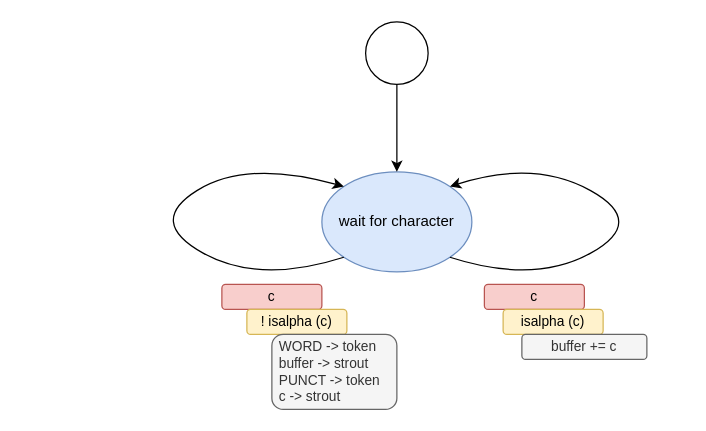
Earlier version of the draw.io diagram page "sm parser" (3 of 3) of coroutines.drawio (guitarvydas/coroutinesinc). Source tidied: cells renumbered, new cells numbered last; positions are measured from the earlier drawing's top-left corner, leaving out a move shared by most shapes. Both pictures are drawn from the tidied source at 125%, with x=0, y=0 at pixel (146, 21).
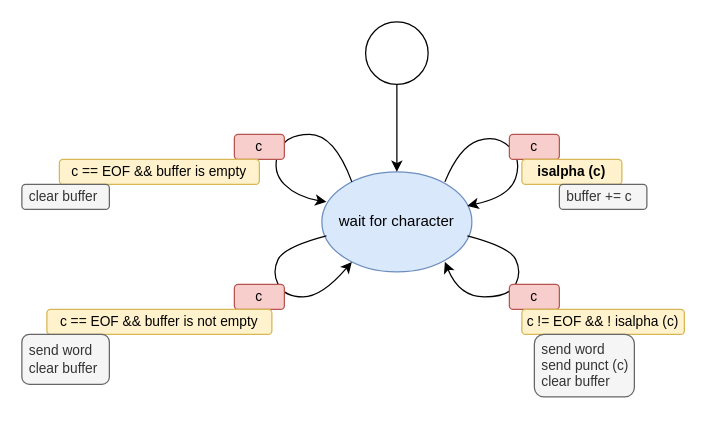
The same diagram, later.

Commit message (it also covers changes not shown here):
coroutines in C written in dw

The edit, as a diff of the source:
```diff
@@
-    <mxCell id="2" value="wait for character" style="ellipse;whiteSpace=wrap;html=1;fillColor=#dae8fc;strokeColor=#6c8ebf;" parent="1" vertex="1">
+    <mxCell id="2" value="wait for character" style="ellipse;whiteSpace=wrap;html=1;fillColor=#dae8fc;strokeColor=#6c8ebf;points=[[0.03,0.3,0,0,0],[0.03,0.64,0,0,0],[0.2,0.1,0,0,0],[0.2,0.9,0,0,0],[0.5,0,0,0,0],[0.5,1,0,0,0],[0.82,0.1,0,0,0],[0.82,0.9,0,0,0],[0.97,0.34,0,0,0],[0.97,0.64,0,0,0]];" parent="1" vertex="1">
       <mxGeometry x="140" y="120" width="120" height="80" as="geometry" />
     </mxCell>
@@
-    <mxCell id="5" style="edgeStyle=none;shape=connector;curved=1;rounded=1;orthogonalLoop=1;jettySize=auto;html=1;exitX=0;exitY=1;exitDx=0;exitDy=0;entryX=0;entryY=0;entryDx=0;entryDy=0;labelBackgroundColor=default;strokeColor=default;fontFamily=Helvetica;fontSize=11;fontColor=default;endArrow=classic;" parent="1" edge="1" source="2" target="2">
-      <mxGeometry relative="1" as="geometry">
-        <Array as="points">
-          <mxPoint x="90" y="210" />
-          <mxPoint y="160" />
-          <mxPoint x="80" y="110" />
-        </Array>
-      </mxGeometry>
-    </mxCell>
-    <mxCell id="6" style="edgeStyle=none;shape=connector;curved=1;rounded=1;orthogonalLoop=1;jettySize=auto;html=1;exitX=1;exitY=1;exitDx=0;exitDy=0;entryX=1;entryY=0;entryDx=0;entryDy=0;labelBackgroundColor=default;strokeColor=default;fontFamily=Helvetica;fontSize=11;fontColor=default;endArrow=classic;" parent="1" edge="1" source="2" target="2">
-      <mxGeometry relative="1" as="geometry">
-        <Array as="points">
-          <mxPoint x="310" y="210" />
-          <mxPoint x="400" y="160" />
-          <mxPoint x="310" y="110" />
-        </Array>
-      </mxGeometry>
-    </mxCell>
-    <mxCell id="7" parent="0" />
-    <mxCell id="8" value="c" style="rounded=1;whiteSpace=wrap;html=1;fontFamily=Helvetica;fontSize=11;fillColor=#f8cecc;strokeColor=#b85450;" parent="7" vertex="1">
-      <mxGeometry x="270" y="210" width="80" height="20" as="geometry" />
-    </mxCell>
-    <mxCell id="9" value="c" style="rounded=1;whiteSpace=wrap;html=1;fontFamily=Helvetica;fontSize=11;fillColor=#f8cecc;strokeColor=#b85450;" parent="7" vertex="1">
-      <mxGeometry x="60" y="210" width="80" height="20" as="geometry" />
-    </mxCell>
-    <mxCell id="10" parent="0" />
+    <mxCell id="16" parent="0" />
+    <mxCell id="17" style="curved=1;endArrow=classic;html=1;rounded=1;labelBackgroundColor=default;strokeColor=default;fontFamily=Helvetica;fontSize=11;fontColor=default;shape=connector;exitX=0.03;exitY=0.64;exitDx=0;exitDy=0;exitPerimeter=0;entryX=0.2;entryY=0.9;entryDx=0;entryDy=0;entryPerimeter=0;" parent="16" edge="1" source="2" target="2">
+      <mxGeometry relative="1" as="geometry">
+        <Array as="points">
+          <mxPoint x="110" y="180" />
+          <mxPoint x="100" y="200" />
+          <mxPoint x="110" y="220" />
+          <mxPoint x="140" y="220" />
+        </Array>
+      </mxGeometry>
+    </mxCell>
+    <mxCell id="18" style="curved=1;endArrow=classic;html=1;rounded=1;labelBackgroundColor=default;strokeColor=default;fontFamily=Helvetica;fontSize=11;fontColor=default;shape=connector;exitX=0.97;exitY=0.64;exitDx=0;exitDy=0;exitPerimeter=0;entryX=0.82;entryY=0.9;entryDx=0;entryDy=0;entryPerimeter=0;" parent="16" edge="1" source="2" target="2">
+      <mxGeometry relative="1" as="geometry">
+        <Array as="points">
+          <mxPoint x="290" y="180" />
+          <mxPoint x="300" y="200" />
+          <mxPoint x="290" y="220" />
+          <mxPoint x="250" y="220" />
+        </Array>
+      </mxGeometry>
+    </mxCell>
+    <mxCell id="19" style="curved=1;endArrow=classic;html=1;rounded=1;labelBackgroundColor=default;strokeColor=default;fontFamily=Helvetica;fontSize=11;fontColor=default;shape=connector;exitX=0.2;exitY=0.1;exitDx=0;exitDy=0;exitPerimeter=0;entryX=0.03;entryY=0.3;entryDx=0;entryDy=0;entryPerimeter=0;" parent="16" edge="1" source="2" target="2">
+      <mxGeometry relative="1" as="geometry">
+        <Array as="points">
+          <mxPoint x="150" y="90" />
+          <mxPoint x="110" y="90" />
+          <mxPoint x="100" y="120" />
+          <mxPoint x="120" y="140" />
+        </Array>
+      </mxGeometry>
+    </mxCell>
+    <mxCell id="20" style="curved=1;endArrow=classic;html=1;rounded=1;labelBackgroundColor=default;strokeColor=default;fontFamily=Helvetica;fontSize=11;fontColor=default;shape=connector;exitX=0.82;exitY=0.1;exitDx=0;exitDy=0;exitPerimeter=0;entryX=0.97;entryY=0.34;entryDx=0;entryDy=0;entryPerimeter=0;" parent="16" edge="1" source="2" target="2">
+      <mxGeometry relative="1" as="geometry">
+        <Array as="points">
+          <mxPoint x="250" y="100" />
+          <mxPoint x="280" y="90" />
+          <mxPoint x="300" y="110" />
+          <mxPoint x="290" y="140" />
+        </Array>
+      </mxGeometry>
+    </mxCell>
+    <mxCell id="21" parent="0" />
+    <mxCell id="22" value="c" style="rounded=1;whiteSpace=wrap;html=1;fontFamily=Helvetica;fontSize=11;fillColor=#f8cecc;strokeColor=#b85450;" parent="21" vertex="1">
+      <mxGeometry x="70" y="210" width="40" height="20" as="geometry" />
+    </mxCell>
+    <mxCell id="23" value="c" style="rounded=1;whiteSpace=wrap;html=1;fontFamily=Helvetica;fontSize=11;fillColor=#f8cecc;strokeColor=#b85450;" parent="21" vertex="1">
+      <mxGeometry x="290" y="210" width="40" height="20" as="geometry" />
+    </mxCell>
+    <mxCell id="24" value="c" style="rounded=1;whiteSpace=wrap;html=1;fontFamily=Helvetica;fontSize=11;fillColor=#f8cecc;strokeColor=#b85450;" parent="21" vertex="1">
+      <mxGeometry x="290" y="90" width="40" height="20" as="geometry" />
+    </mxCell>
+    <mxCell id="25" value="c" style="rounded=1;whiteSpace=wrap;html=1;fontFamily=Helvetica;fontSize=11;fillColor=#f8cecc;strokeColor=#b85450;" parent="21" vertex="1">
+      <mxGeometry x="70" y="90" width="40" height="20" as="geometry" />
+    </mxCell>
+    <mxCell id="26" parent="0" />
+    <mxCell id="27" value="c != EOF &amp;amp;&amp;amp; ! isalpha (c)" style="rounded=1;whiteSpace=wrap;html=1;fontFamily=Helvetica;fontSize=11;fillColor=#fff2cc;strokeColor=#d6b656;" parent="26" vertex="1">
+      <mxGeometry x="300" y="230" width="130" height="20" as="geometry" />
+    </mxCell>
-    <mxCell id="11" value="isalpha (c)" style="rounded=1;whiteSpace=wrap;html=1;fontFamily=Helvetica;fontSize=11;fillColor=#fff2cc;strokeColor=#d6b656;" parent="10" vertex="1">
-      <mxGeometry x="285" y="230" width="80" height="20" as="geometry" />
+    <mxCell id="11" value="isalpha (c)" style="rounded=1;whiteSpace=wrap;html=1;fontFamily=Helvetica;fontSize=11;fillColor=#fff2cc;strokeColor=#d6b656;fontStyle=1;" parent="26" vertex="1">
+      <mxGeometry x="300" y="110" width="80" height="20" as="geometry" />
     </mxCell>
-    <mxCell id="12" value="! isalpha (c)" style="rounded=1;whiteSpace=wrap;html=1;fontFamily=Helvetica;fontSize=11;fillColor=#fff2cc;strokeColor=#d6b656;" parent="10" vertex="1">
-      <mxGeometry x="80" y="230" width="80" height="20" as="geometry" />
-    </mxCell>
-    <mxCell id="13" parent="0" />
+    <mxCell id="28" value="c == EOF &amp;amp;&amp;amp; buffer is empty" style="rounded=1;whiteSpace=wrap;html=1;fontFamily=Helvetica;fontSize=11;fillColor=#fff2cc;strokeColor=#d6b656;" parent="26" vertex="1">
+      <mxGeometry x="-70" y="110" width="160" height="20" as="geometry" />
+    </mxCell>
+    <mxCell id="29" value="c == EOF &amp;amp;&amp;amp; buffer is not empty" style="rounded=1;whiteSpace=wrap;html=1;fontFamily=Helvetica;fontSize=11;fillColor=#fff2cc;strokeColor=#d6b656;" parent="26" vertex="1">
+      <mxGeometry x="-80" y="230" width="180" height="20" as="geometry" />
+    </mxCell>
+    <mxCell id="30" parent="0" />
-    <mxCell id="14" value="buffer += c" style="rounded=1;whiteSpace=wrap;html=1;fontFamily=Helvetica;fontSize=11;fillColor=#f5f5f5;strokeColor=#666666;fontColor=#333333;" parent="13" vertex="1">
-      <mxGeometry x="300" y="250" width="100" height="20" as="geometry" />
+    <mxCell id="14" value="buffer += c" style="rounded=1;whiteSpace=wrap;html=1;fontFamily=Helvetica;fontSize=11;fillColor=#f5f5f5;strokeColor=#666666;fontColor=#333333;align=left;spacingLeft=4;" parent="30" vertex="1">
+      <mxGeometry x="330" y="130" width="70" height="20" as="geometry" />
     </mxCell>
-    <mxCell id="15" value="WORD -&amp;gt; token&lt;br&gt;buffer -&amp;gt; strout&lt;br&gt;PUNCT -&amp;gt; token&lt;br&gt;c -&amp;gt; strout" style="rounded=1;whiteSpace=wrap;html=1;fontFamily=Helvetica;fontSize=11;fillColor=#f5f5f5;strokeColor=#666666;fontColor=#333333;align=left;spacingLeft=4;" parent="13" vertex="1">
-      <mxGeometry x="100" y="250" width="100" height="60" as="geometry" />
-    </mxCell>
+    <mxCell id="31" value="send word&lt;br&gt;send punct (c)&lt;br&gt;clear buffer" style="rounded=1;whiteSpace=wrap;html=1;fontFamily=Helvetica;fontSize=11;fillColor=#f5f5f5;strokeColor=#666666;fontColor=#333333;align=left;spacingLeft=4;" parent="30" vertex="1">
+      <mxGeometry x="310" y="250" width="80" height="50" as="geometry" />
+    </mxCell>
+    <mxCell id="32" value="clear buffer" style="rounded=1;whiteSpace=wrap;html=1;fontFamily=Helvetica;fontSize=11;fillColor=#f5f5f5;strokeColor=#666666;fontColor=#333333;align=left;spacingLeft=4;" parent="30" vertex="1">
+      <mxGeometry x="-100" y="130" width="70" height="20" as="geometry" />
+    </mxCell>
+    <mxCell id="33" value="send word&lt;br&gt;clear buffer" style="rounded=1;whiteSpace=wrap;html=1;fontFamily=Helvetica;fontSize=11;fillColor=#f5f5f5;strokeColor=#666666;fontColor=#333333;align=left;spacingLeft=4;" parent="30" vertex="1">
+      <mxGeometry x="-100" y="250" width="70" height="40" as="geometry" />
+    </mxCell>
```
